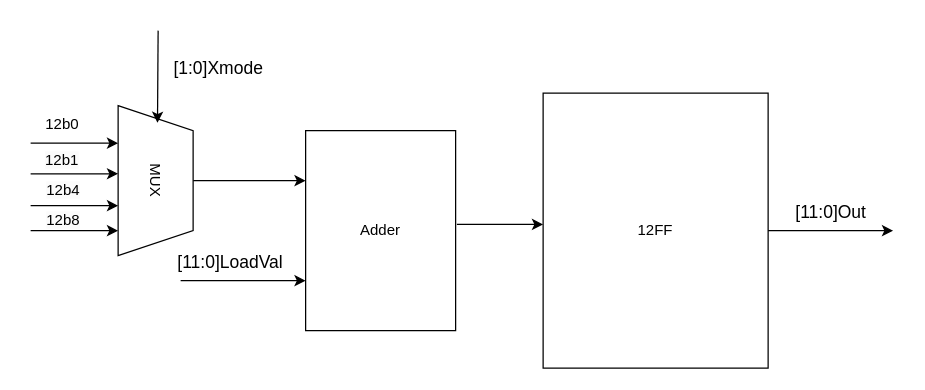
This is Diagrams/Counter.drawio from sabarioded/Patterns_Project, a draw.io file, before an edit. Source tidied: cells renumbered, new cells numbered last; positions are measured from the earlier drawing's top-left corner, leaving out a move shared by most shapes. Both pictures are drawn from the tidied source at 125%, with x=0, y=0 at pixel (30, 30).
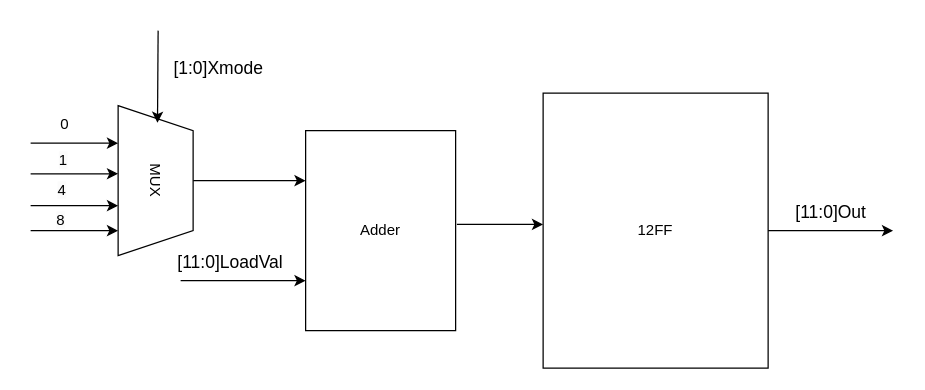
Above is the later version.

What changed in the source:
```diff
@@
-    <mxCell id="17" value="12b0" style="text;html=1;align=center;verticalAlign=middle;strokeColor=none;fillColor=none;" parent="1" vertex="1">
-      <mxGeometry y="60" width="50" height="30" as="geometry" />
+    <mxCell id="17" value="0" style="text;html=1;align=center;verticalAlign=middle;strokeColor=none;fillColor=none;" parent="1" vertex="1">
+      <mxGeometry x="12" y="60" width="30" height="30" as="geometry" />
     </mxCell>
-    <mxCell id="18" value="&lt;span style=&quot;color: rgb(0, 0, 0); font-family: Helvetica; font-size: 12px; font-style: normal; font-variant-ligatures: normal; font-variant-caps: normal; font-weight: 400; letter-spacing: normal; orphans: 2; text-align: center; text-indent: 0px; text-transform: none; widows: 2; word-spacing: 0px; -webkit-text-stroke-width: 0px; white-space: nowrap; background-color: rgb(251, 251, 251); text-decoration-thickness: initial; text-decoration-style: initial; text-decoration-color: initial; display: inline !important; float: none;&quot;&gt;12b1&lt;/span&gt;" style="text;whiteSpace=wrap;html=1;" parent="1" vertex="1">
-      <mxGeometry x="10" y="90" width="50" height="40" as="geometry" />
+    <mxCell id="18" value="&lt;span style=&quot;color: rgb(0, 0, 0); font-family: Helvetica; font-size: 12px; font-style: normal; font-variant-ligatures: normal; font-variant-caps: normal; font-weight: 400; letter-spacing: normal; orphans: 2; text-align: center; text-indent: 0px; text-transform: none; widows: 2; word-spacing: 0px; -webkit-text-stroke-width: 0px; white-space: nowrap; background-color: rgb(251, 251, 251); text-decoration-thickness: initial; text-decoration-style: initial; text-decoration-color: initial; display: inline !important; float: none;&quot;&gt;1&lt;/span&gt;" style="text;whiteSpace=wrap;html=1;" parent="1" vertex="1">
+      <mxGeometry x="21" y="90" width="50" height="40" as="geometry" />
     </mxCell>
-    <mxCell id="19" value="&lt;span style=&quot;color: rgb(0, 0, 0); font-family: Helvetica; font-size: 12px; font-style: normal; font-variant-ligatures: normal; font-variant-caps: normal; font-weight: 400; letter-spacing: normal; orphans: 2; text-align: center; text-indent: 0px; text-transform: none; widows: 2; word-spacing: 0px; -webkit-text-stroke-width: 0px; white-space: nowrap; background-color: rgb(251, 251, 251); text-decoration-thickness: initial; text-decoration-style: initial; text-decoration-color: initial; display: inline !important; float: none;&quot;&gt;12b4&lt;/span&gt;" style="text;whiteSpace=wrap;html=1;" parent="1" vertex="1">
-      <mxGeometry x="11" y="114" width="50" height="40" as="geometry" />
+    <mxCell id="19" value="&lt;span style=&quot;color: rgb(0, 0, 0); font-family: Helvetica; font-size: 12px; font-style: normal; font-variant-ligatures: normal; font-variant-caps: normal; font-weight: 400; letter-spacing: normal; orphans: 2; text-align: center; text-indent: 0px; text-transform: none; widows: 2; word-spacing: 0px; -webkit-text-stroke-width: 0px; white-space: nowrap; background-color: rgb(251, 251, 251); text-decoration-thickness: initial; text-decoration-style: initial; text-decoration-color: initial; display: inline !important; float: none;&quot;&gt;4&lt;/span&gt;" style="text;whiteSpace=wrap;html=1;" parent="1" vertex="1">
+      <mxGeometry x="20" y="114" width="50" height="40" as="geometry" />
     </mxCell>
-    <mxCell id="20" value="&lt;span style=&quot;color: rgb(0, 0, 0); font-family: Helvetica; font-size: 12px; font-style: normal; font-variant-ligatures: normal; font-variant-caps: normal; font-weight: 400; letter-spacing: normal; orphans: 2; text-align: center; text-indent: 0px; text-transform: none; widows: 2; word-spacing: 0px; -webkit-text-stroke-width: 0px; white-space: nowrap; background-color: rgb(251, 251, 251); text-decoration-thickness: initial; text-decoration-style: initial; text-decoration-color: initial; display: inline !important; float: none;&quot;&gt;12b8&lt;/span&gt;" style="text;whiteSpace=wrap;html=1;" parent="1" vertex="1">
-      <mxGeometry x="11" y="138" width="50" height="40" as="geometry" />
+    <mxCell id="20" value="&lt;span style=&quot;color: rgb(0, 0, 0); font-family: Helvetica; font-size: 12px; font-style: normal; font-variant-ligatures: normal; font-variant-caps: normal; font-weight: 400; letter-spacing: normal; orphans: 2; text-align: center; text-indent: 0px; text-transform: none; widows: 2; word-spacing: 0px; -webkit-text-stroke-width: 0px; white-space: nowrap; background-color: rgb(251, 251, 251); text-decoration-thickness: initial; text-decoration-style: initial; text-decoration-color: initial; display: inline !important; float: none;&quot;&gt;8&lt;/span&gt;" style="text;whiteSpace=wrap;html=1;" parent="1" vertex="1">
+      <mxGeometry x="19" y="138" width="50" height="40" as="geometry" />
     </mxCell>
```
